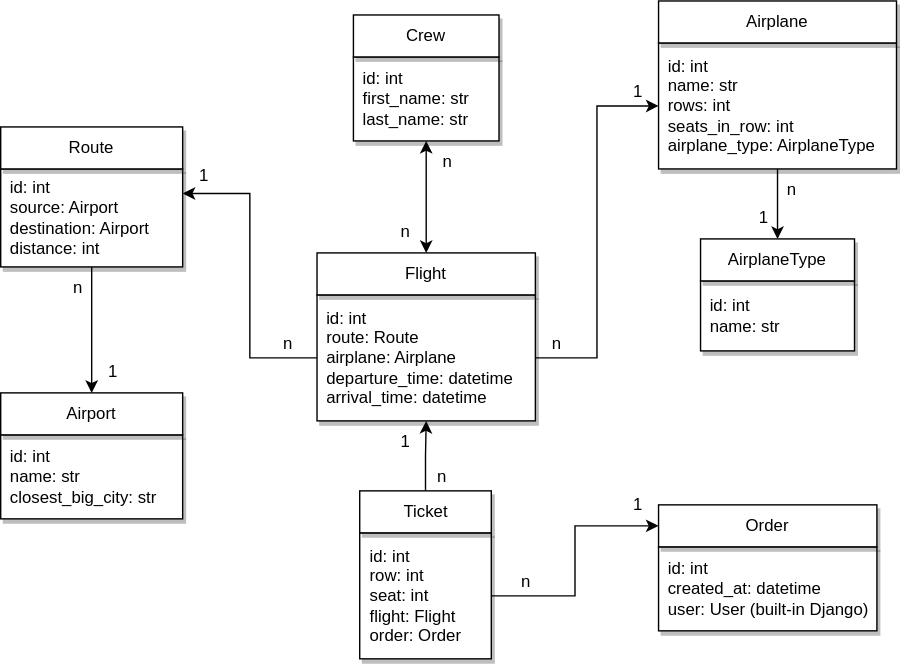
Earlier version of the draw.io export db_structure.svg (rezehor/airport-api-service). Source tidied: cells renumbered, new cells last; positions are measured from the earlier drawing's top-left corner, leaving out a move shared by most shapes.
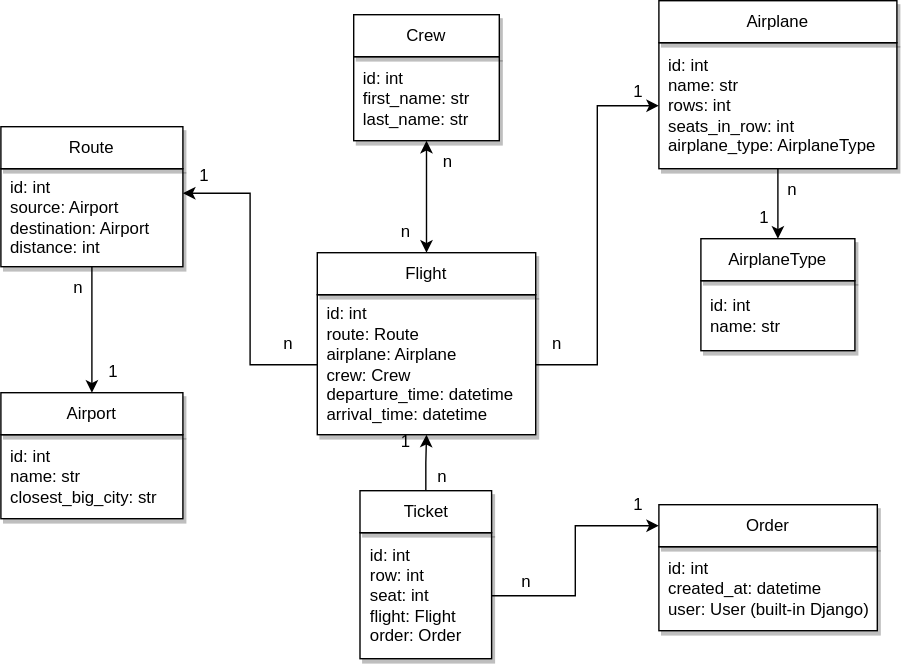
Later version of the same file.

Commit message:
Add all models for airport app

The edit, as a diff of the source:
```diff
@@ -8,8 +8,8 @@
     <mxCell id="3" style="edgeStyle=orthogonalEdgeStyle;rounded=0;jettySize=auto;html=1;entryX=0;entryY=0.5;entryDx=0;entryDy=0;" parent="1" edge="1" source="4" target="19">
       <mxGeometry relative="1" as="geometry" />
     </mxCell>
-    <mxCell id="4" value="id: int&lt;br&gt;route: Route&lt;br&gt;airplane: Airplane&lt;br&gt;departure_time: datetime&lt;br&gt;arrival_time: datetime" style="rounded=0;whiteSpace=wrap;html=1;align=left;spacingLeft=5;shadow=1;" parent="1" vertex="1">
-      <mxGeometry x="226" y="210" width="156" height="90" as="geometry" />
+    <mxCell id="4" value="id: int&lt;br&gt;route: Route&lt;br&gt;airplane: Airplane&lt;br&gt;crew: Crew&lt;br&gt;departure_time: datetime&lt;br&gt;arrival_time: datetime" style="rounded=0;whiteSpace=wrap;html=1;align=left;spacingLeft=5;shadow=1;" parent="1" vertex="1">
+      <mxGeometry x="226" y="210" width="156" height="100" as="geometry" />
     </mxCell>
     <mxCell id="5" style="edgeStyle=orthogonalEdgeStyle;rounded=0;jettySize=auto;html=1;startArrow=classic;startFill=1;" parent="1" edge="1" source="6" target="7">
       <mxGeometry relative="1" as="geometry" />
```
